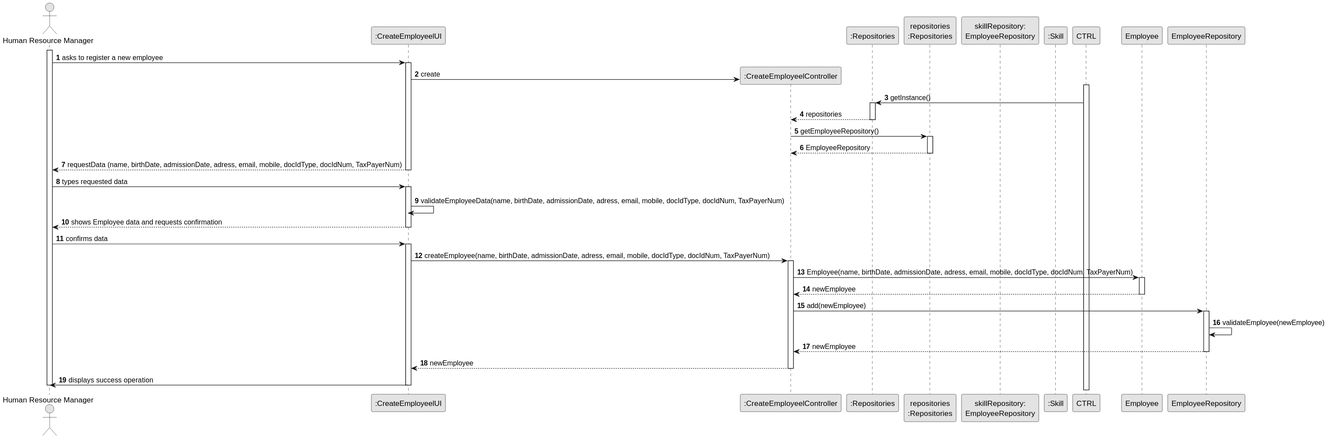
Above: docs/sprintB/us03/03.design/svg/us03-sequence-diagram-full.svg in Paulo-Pereira-at-ISEP/lei-24-s2-1nanb-g321 (PlantUML), before the change.
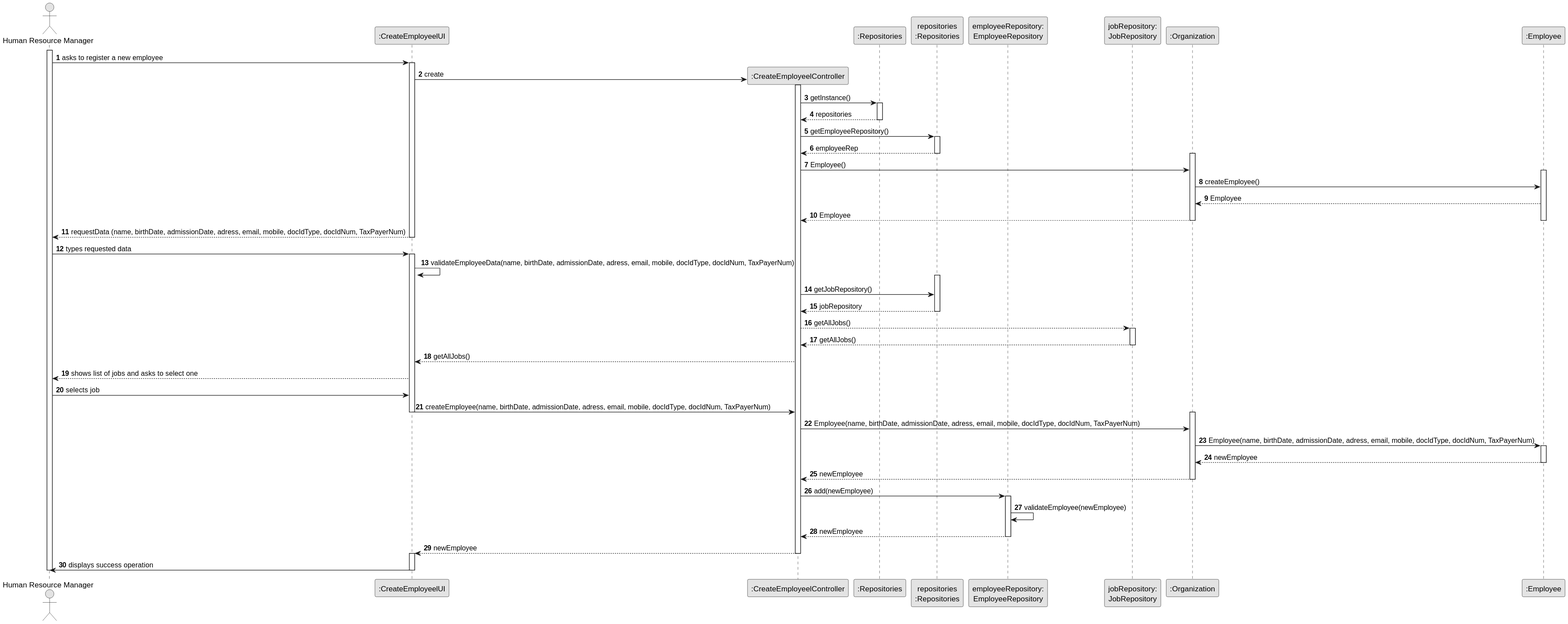
The same file after the commit.

The edit, as a diff of the source:
```diff
@@ -10,14 +10,12 @@
 participant ":CreateEmployeelUI" as UI
 participant ":CreateEmployeelController" as controller
 participant ":Repositories" as singleton
+participant "repositories\n:Repositories" as rep
+participant "employeeRepository:\nEmployeeRepository" as employeeRep
+participant "jobRepository:\nJobRepository" as JobRep
+participant ":Organization" as org
+participant ":Employee" as Employee
 
-
-
-participant "repositories\n:Repositories" as rep
-
-
-participant "skillRepository:\nEmployeeRepository" as skillRep
-participant ":Skill" as SKILL
 
 activate HRM
 
@@ -26,9 +24,9 @@
         activate UI
             UI -> controller** : create
 
-            activate CTRL
+            activate controller
 
-                CTRL -> singleton : getInstance()
+                controller-> singleton : getInstance()
 
                 activate singleton
 
@@ -40,11 +38,30 @@
 
                 activate rep
 
-                    rep --> controller : EmployeeRepository
 
-                deactivate rep
+                    rep --> controller : employeeRep
 
-            deactivate controller
+                    deactivate rep
+                    activate org
+
+                    controller -> org : Employee()
+
+                    activate Employee
+
+                    org -> Employee : createEmployee()
+                    Employee --> org : Employee
+                    org --> controller : Employee
+
+
+
+
+                    deactivate org
+
+                    deactivate Employee
+
+
+
+
 
 
             UI --> HRM : requestData (name, birthDate, admissionDate, adress, email, mobile, docIdType, docIdNum, TaxPayerNum)
@@ -55,46 +72,69 @@
         activate UI
 
             UI -> UI : validateEmployeeData(name, birthDate, admissionDate, adress, email, mobile, docIdType, docIdNum, TaxPayerNum)
+        activate rep
+
+            controller -> rep : getJobRepository()
+            rep --> controller : jobRepository
+
+            deactivate rep
+
+            controller --> JobRep : getAllJobs()
+            activate JobRep
+
+            JobRep --> controller : getAllJobs()
+
+            deactivate JobRep
 
 
-            deactivate controller
+            controller --> UI : getAllJobs()
 
-            UI --> HRM : shows Employee data and requests confirmation
+            UI --> HRM : shows list of jobs and asks to select one
 
-        deactivate UI
+            HRM -> UI : selects job
 
-            HRM -> UI : confirms data
+           UI -> controller : createEmployee(name, birthDate, admissionDate, adress, email, mobile, docIdType, docIdNum, TaxPayerNum)
 
-        activate UI
-
-            UI -> controller : createEmployee(name, birthDate, admissionDate, adress, email, mobile, docIdType, docIdNum, TaxPayerNum)
-
-            activate controller
+                   deactivate UI
 
 
-                controller -> Employee : Employee(name, birthDate, admissionDate, adress, email, mobile, docIdType, docIdNum, TaxPayerNum)
+
+            activate org
+
+                controller -> org : Employee(name, birthDate, admissionDate, adress, email, mobile, docIdType, docIdNum, TaxPayerNum)
+
+
+                 org -> Employee : Employee(name, birthDate, admissionDate, adress, email, mobile, docIdType, docIdNum, TaxPayerNum)
+
 
                 activate Employee
 
-                Employee --> controller : newEmployee
+                Employee --> org : newEmployee
 
                 deactivate Employee
 
-                controller -> EmployeeRepository : add(newEmployee)
+                org --> controller : newEmployee
 
-                activate EmployeeRepository
+                deactivate org
 
-                    EmployeeRepository -> EmployeeRepository : validateEmployee(newEmployee)
+                controller -> employeeRep : add(newEmployee)
+
+                activate employeeRep
+
+                    employeeRep -> employeeRep : validateEmployee(newEmployee)
 
 
-                    EmployeeRepository --> controller : newEmployee
+                    employeeRep --> controller : newEmployee
 
-                deactivate EmployeeRepository
+                deactivate employeeRep
 
             controller --> UI : newEmployee
 
 
         deactivate controller
+
+activate UI
+
 
         UI -> HRM : displays success operation
 
```
